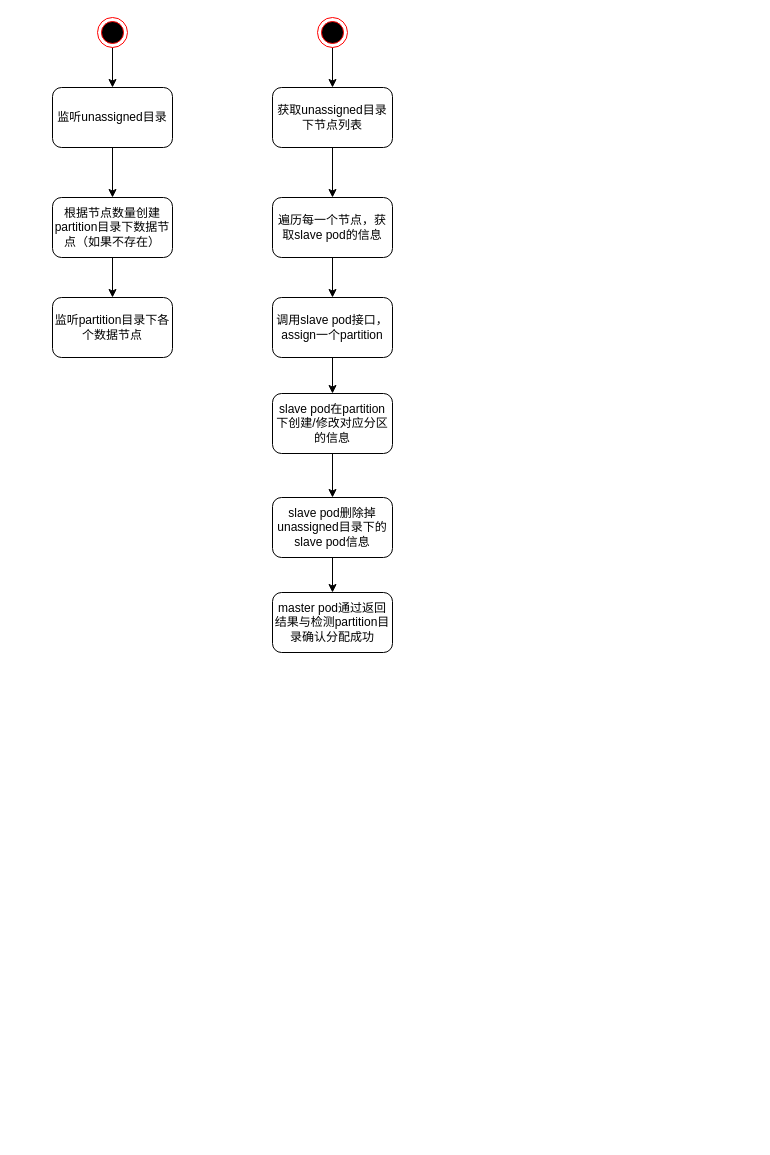
Before: Distributed Calculation Design.drawio in dosjia/chart, a draw.io diagram. Source tidied: cells renumbered, new cells numbered last; positions are measured from the earlier drawing's top-left corner, leaving out a move shared by most shapes. Both pictures are drawn from the tidied source at 100%, with x=0, y=0 at pixel (52, 17).
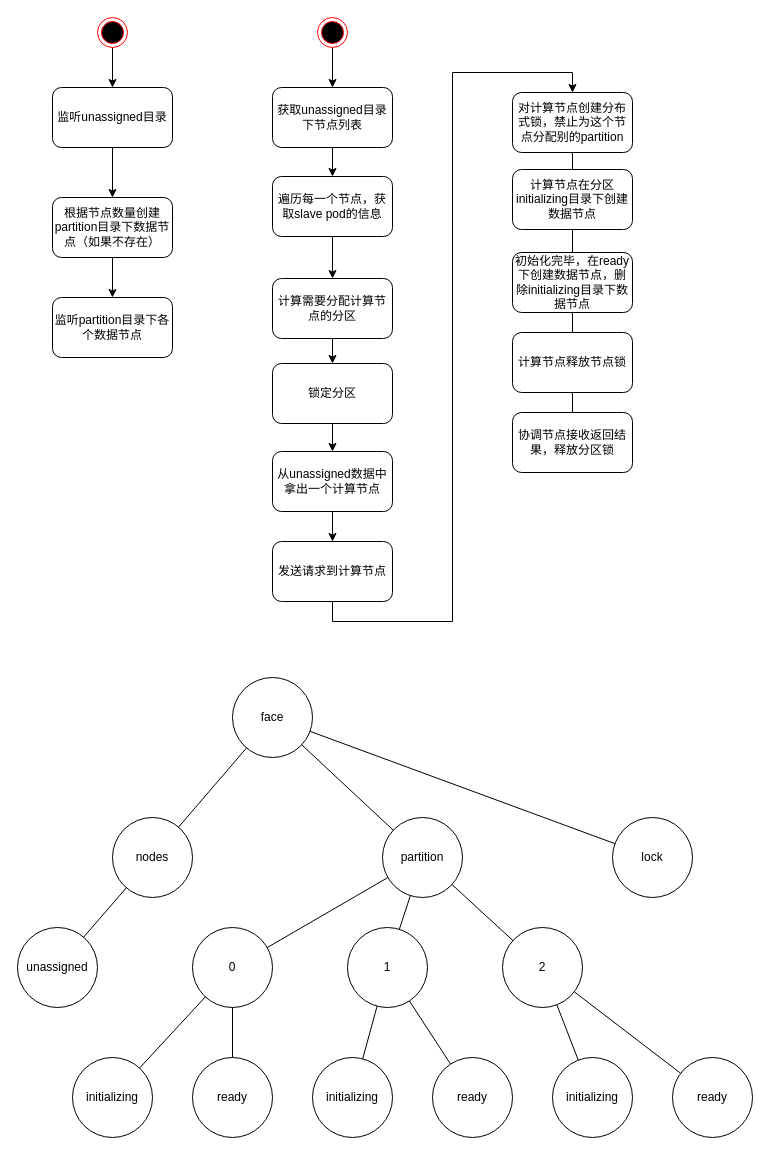
The same diagram, later.

The edit, as a diff of the source:
```diff
@@
-    <mxCell id="8" style="edgeStyle=orthogonalEdgeStyle;rounded=0;jettySize=auto;html=1;exitX=0.5;exitY=1;exitDx=0;exitDy=0;" parent="1" edge="1" source="9" target="13">
-      <mxGeometry relative="1" as="geometry" />
-    </mxCell>
     <mxCell id="9" value="遍历每一个节点，获取slave pod的信息" style="rounded=1;whiteSpace=wrap;html=1;" parent="1" vertex="1">
-      <mxGeometry x="220" y="180" width="120" height="60" as="geometry" />
+      <mxGeometry x="220" y="159" width="120" height="60" as="geometry" />
     </mxCell>
@@
-    <mxCell id="12" style="edgeStyle=orthogonalEdgeStyle;rounded=0;jettySize=auto;html=1;entryX=0.5;entryY=0;entryDx=0;entryDy=0;" parent="1" edge="1" source="13" target="16">
-      <mxGeometry relative="1" as="geometry" />
-    </mxCell>
-    <mxCell id="13" value="调用slave pod接口，assign一个partition" style="rounded=1;whiteSpace=wrap;html=1;" parent="1" vertex="1">
-      <mxGeometry x="220" y="280" width="120" height="60" as="geometry" />
-    </mxCell>
-    <mxCell id="14" style="edgeStyle=orthogonalEdgeStyle;rounded=0;orthogonalLoop=1;jettySize=auto;html=1;exitX=0.5;exitY=1;exitDx=0;exitDy=0;" parent="1" edge="1" source="16" target="16">
-      <mxGeometry relative="1" as="geometry" />
-    </mxCell>
-    <mxCell id="15" style="edgeStyle=orthogonalEdgeStyle;rounded=0;jettySize=auto;html=1;exitX=0.5;exitY=1;exitDx=0;exitDy=0;entryX=0.5;entryY=0;entryDx=0;entryDy=0;" parent="1" edge="1" source="16" target="19">
-      <mxGeometry relative="1" as="geometry" />
-    </mxCell>
-    <mxCell id="16" value="slave pod在partition下创建/修改对应分区的信息" style="whiteSpace=wrap;html=1;rounded=1;" parent="1" vertex="1">
-      <mxGeometry x="220" y="376" width="120" height="60" as="geometry" />
-    </mxCell>
-    <mxCell id="17" value="master pod通过返回结果与检测partition目录确认分配成功" style="whiteSpace=wrap;html=1;rounded=1;" parent="1" vertex="1">
-      <mxGeometry x="220" y="575" width="120" height="60" as="geometry" />
-    </mxCell>
-    <mxCell id="18" style="edgeStyle=orthogonalEdgeStyle;rounded=0;jettySize=auto;html=1;exitX=0.5;exitY=1;exitDx=0;exitDy=0;entryX=0.5;entryY=0;entryDx=0;entryDy=0;" parent="1" edge="1" source="19" target="17">
-      <mxGeometry relative="1" as="geometry" />
-    </mxCell>
-    <mxCell id="19" value="slave pod删除掉unassigned目录下的slave pod信息" style="whiteSpace=wrap;html=1;rounded=1;" parent="1" vertex="1">
-      <mxGeometry x="220" y="480" width="120" height="60" as="geometry" />
-    </mxCell>
@@
+    <mxCell id="23" style="rounded=0;jettySize=auto;html=1;endArrow=none;endFill=0;" parent="1" edge="1" source="24" target="25">
+      <mxGeometry relative="1" as="geometry" />
+    </mxCell>
+    <mxCell id="24" value="face" style="ellipse;whiteSpace=wrap;html=1;" parent="1" vertex="1">
+      <mxGeometry x="180" y="660" width="80" height="80" as="geometry" />
+    </mxCell>
+    <mxCell id="25" value="nodes" style="ellipse;whiteSpace=wrap;html=1;" parent="1" vertex="1">
+      <mxGeometry x="60" y="800" width="80" height="80" as="geometry" />
+    </mxCell>
+    <mxCell id="26" value="partition" style="ellipse;whiteSpace=wrap;html=1;" parent="1" vertex="1">
+      <mxGeometry x="330" y="800" width="80" height="80" as="geometry" />
+    </mxCell>
+    <mxCell id="27" value="unassigned" style="ellipse;whiteSpace=wrap;html=1;" parent="1" vertex="1">
+      <mxGeometry x="-35" y="910" width="80" height="80" as="geometry" />
+    </mxCell>
+    <mxCell id="28" style="rounded=0;jettySize=auto;html=1;endArrow=none;endFill=0;" parent="1" edge="1" source="24" target="26">
+      <mxGeometry relative="1" as="geometry" />
+    </mxCell>
+    <mxCell id="29" style="rounded=0;jettySize=auto;html=1;endArrow=none;endFill=0;" parent="1" edge="1" source="27" target="25">
+      <mxGeometry relative="1" as="geometry" />
+    </mxCell>
+    <mxCell id="30" value="0" style="ellipse;whiteSpace=wrap;html=1;" parent="1" vertex="1">
+      <mxGeometry x="140" y="910" width="80" height="80" as="geometry" />
+    </mxCell>
+    <mxCell id="31" style="rounded=0;jettySize=auto;html=1;endArrow=none;endFill=0;" parent="1" edge="1" source="30" target="26">
+      <mxGeometry relative="1" as="geometry" />
+    </mxCell>
+    <mxCell id="32" value="1" style="ellipse;whiteSpace=wrap;html=1;" parent="1" vertex="1">
+      <mxGeometry x="295" y="910" width="80" height="80" as="geometry" />
+    </mxCell>
+    <mxCell id="33" style="rounded=0;jettySize=auto;html=1;endArrow=none;endFill=0;" parent="1" edge="1" source="32" target="26">
+      <mxGeometry relative="1" as="geometry" />
+    </mxCell>
+    <mxCell id="34" value="2" style="ellipse;whiteSpace=wrap;html=1;" parent="1" vertex="1">
+      <mxGeometry x="450" y="910" width="80" height="80" as="geometry" />
+    </mxCell>
+    <mxCell id="35" style="rounded=0;jettySize=auto;html=1;endArrow=none;endFill=0;" parent="1" edge="1" source="34" target="26">
+      <mxGeometry relative="1" as="geometry" />
+    </mxCell>
+    <mxCell id="36" value="initializing" style="ellipse;whiteSpace=wrap;html=1;" parent="1" vertex="1">
+      <mxGeometry x="20" y="1040" width="80" height="80" as="geometry" />
+    </mxCell>
+    <mxCell id="37" style="rounded=0;jettySize=auto;html=1;endArrow=none;endFill=0;" parent="1" edge="1" source="36" target="30">
+      <mxGeometry relative="1" as="geometry" />
+    </mxCell>
+    <mxCell id="38" value="ready" style="ellipse;whiteSpace=wrap;html=1;" parent="1" vertex="1">
+      <mxGeometry x="140" y="1040" width="80" height="80" as="geometry" />
+    </mxCell>
+    <mxCell id="39" style="rounded=0;jettySize=auto;html=1;endArrow=none;endFill=0;" parent="1" edge="1" source="38" target="30">
+      <mxGeometry relative="1" as="geometry" />
+    </mxCell>
+    <mxCell id="40" value="initializing" style="ellipse;whiteSpace=wrap;html=1;" parent="1" vertex="1">
+      <mxGeometry x="260" y="1040" width="80" height="80" as="geometry" />
+    </mxCell>
+    <mxCell id="41" value="ready" style="ellipse;whiteSpace=wrap;html=1;" parent="1" vertex="1">
+      <mxGeometry x="380" y="1040" width="80" height="80" as="geometry" />
+    </mxCell>
+    <mxCell id="42" style="rounded=0;jettySize=auto;html=1;endArrow=none;endFill=0;" parent="1" edge="1" source="40" target="32">
+      <mxGeometry relative="1" as="geometry" />
+    </mxCell>
+    <mxCell id="43" style="rounded=0;jettySize=auto;html=1;endArrow=none;endFill=0;" parent="1" edge="1" source="41" target="32">
+      <mxGeometry relative="1" as="geometry" />
+    </mxCell>
+    <mxCell id="44" value="initializing" style="ellipse;whiteSpace=wrap;html=1;" parent="1" vertex="1">
+      <mxGeometry x="500" y="1040" width="80" height="80" as="geometry" />
+    </mxCell>
+    <mxCell id="45" value="ready" style="ellipse;whiteSpace=wrap;html=1;" parent="1" vertex="1">
+      <mxGeometry x="620" y="1040" width="80" height="80" as="geometry" />
+    </mxCell>
+    <mxCell id="46" style="rounded=0;jettySize=auto;html=1;endArrow=none;endFill=0;" parent="1" edge="1" source="44" target="34">
+      <mxGeometry relative="1" as="geometry" />
+    </mxCell>
+    <mxCell id="47" style="rounded=0;jettySize=auto;html=1;endArrow=none;endFill=0;" parent="1" edge="1" source="45" target="34">
+      <mxGeometry relative="1" as="geometry" />
+    </mxCell>
+    <mxCell id="48" value="lock" style="ellipse;whiteSpace=wrap;html=1;" parent="1" vertex="1">
+      <mxGeometry x="560" y="800" width="80" height="80" as="geometry" />
+    </mxCell>
+    <mxCell id="49" style="rounded=0;jettySize=auto;html=1;endArrow=none;endFill=0;" parent="1" edge="1" source="24" target="48">
+      <mxGeometry relative="1" as="geometry" />
+    </mxCell>
+    <mxCell id="50" style="rounded=0;jettySize=auto;html=1;endArrow=classic;endFill=1;exitX=0.5;exitY=1;exitDx=0;exitDy=0;entryX=0.5;entryY=0;entryDx=0;entryDy=0;edgeStyle=orthogonalEdgeStyle;" parent="1" edge="1" source="51" target="53">
+      <mxGeometry relative="1" as="geometry" />
+    </mxCell>
+    <mxCell id="51" value="计算需要分配计算节点的分区" style="rounded=1;whiteSpace=wrap;html=1;" parent="1" vertex="1">
+      <mxGeometry x="220" y="261" width="120" height="60" as="geometry" />
+    </mxCell>
+    <mxCell id="52" style="edgeStyle=orthogonalEdgeStyle;rounded=0;jettySize=auto;html=1;endArrow=classic;endFill=1;exitX=0.5;exitY=1;exitDx=0;exitDy=0;entryX=0.5;entryY=0;entryDx=0;entryDy=0;" parent="1" edge="1" source="53" target="55">
+      <mxGeometry relative="1" as="geometry" />
+    </mxCell>
+    <mxCell id="53" value="锁定分区" style="whiteSpace=wrap;html=1;rounded=1;" parent="1" vertex="1">
+      <mxGeometry x="220" y="346" width="120" height="60" as="geometry" />
+    </mxCell>
+    <mxCell id="54" style="edgeStyle=orthogonalEdgeStyle;rounded=0;jettySize=auto;html=1;endArrow=classic;endFill=1;exitX=0.5;exitY=1;exitDx=0;exitDy=0;entryX=0.5;entryY=0;entryDx=0;entryDy=0;" parent="1" edge="1" source="55" target="57">
+      <mxGeometry relative="1" as="geometry" />
+    </mxCell>
+    <mxCell id="55" value="从unassigned数据中拿出一个计算节点" style="whiteSpace=wrap;html=1;rounded=1;" parent="1" vertex="1">
+      <mxGeometry x="220" y="434" width="120" height="60" as="geometry" />
+    </mxCell>
+    <mxCell id="56" style="edgeStyle=orthogonalEdgeStyle;rounded=0;jettySize=auto;html=1;endArrow=classic;endFill=1;entryX=0.5;entryY=0;entryDx=0;entryDy=0;exitX=0.5;exitY=1;exitDx=0;exitDy=0;" parent="1" edge="1" source="57" target="65">
+      <mxGeometry relative="1" as="geometry" />
+    </mxCell>
+    <mxCell id="57" value="发送请求到计算节点" style="whiteSpace=wrap;html=1;rounded=1;" parent="1" vertex="1">
+      <mxGeometry x="220" y="524" width="120" height="60" as="geometry" />
+    </mxCell>
+    <mxCell id="58" style="edgeStyle=none;rounded=0;jettySize=auto;html=1;endArrow=none;endFill=0;entryX=0.5;entryY=0;entryDx=0;entryDy=0;" parent="1" edge="1" source="59" target="62">
+      <mxGeometry relative="1" as="geometry" />
+    </mxCell>
+    <mxCell id="59" value="计算节点在分区initializing目录下创建数据节点" style="whiteSpace=wrap;html=1;rounded=1;" parent="1" vertex="1">
+      <mxGeometry x="460" y="152" width="120" height="60" as="geometry" />
+    </mxCell>
+    <mxCell id="60" value="&lt;div&gt;协调节点接收返回结果，释放分区锁&lt;/div&gt;" style="whiteSpace=wrap;html=1;rounded=1;" parent="1" vertex="1">
+      <mxGeometry x="460" y="395" width="120" height="60" as="geometry" />
+    </mxCell>
+    <mxCell id="61" style="edgeStyle=none;rounded=0;jettySize=auto;html=1;endArrow=none;endFill=0;" parent="1" edge="1" source="62" target="67">
+      <mxGeometry relative="1" as="geometry" />
+    </mxCell>
+    <mxCell id="62" value="初始化完毕，在ready下创建数据节点，删除initializing目录下数据节点" style="whiteSpace=wrap;html=1;rounded=1;" parent="1" vertex="1">
+      <mxGeometry x="460" y="235" width="120" height="60" as="geometry" />
+    </mxCell>
+    <mxCell id="63" style="edgeStyle=orthogonalEdgeStyle;rounded=0;jettySize=auto;html=1;exitX=0.5;exitY=1;exitDx=0;exitDy=0;entryX=0.5;entryY=0;entryDx=0;entryDy=0;" parent="1" edge="1" source="9" target="51">
+      <mxGeometry relative="1" as="geometry" />
+    </mxCell>
+    <mxCell id="64" style="edgeStyle=none;rounded=0;jettySize=auto;html=1;exitX=0.5;exitY=1;exitDx=0;exitDy=0;entryX=0.5;entryY=0;entryDx=0;entryDy=0;endArrow=none;endFill=0;" parent="1" edge="1" source="65" target="59">
+      <mxGeometry relative="1" as="geometry" />
+    </mxCell>
+    <mxCell id="65" value="对计算节点创建分布式锁，禁止为这个节点分配别的partition" style="whiteSpace=wrap;html=1;rounded=1;" parent="1" vertex="1">
+      <mxGeometry x="460" y="75" width="120" height="60" as="geometry" />
+    </mxCell>
+    <mxCell id="66" style="edgeStyle=none;rounded=0;jettySize=auto;html=1;exitX=0.5;exitY=1;exitDx=0;exitDy=0;entryX=0.5;entryY=0;entryDx=0;entryDy=0;endArrow=none;endFill=0;" parent="1" edge="1" source="67" target="60">
+      <mxGeometry relative="1" as="geometry" />
+    </mxCell>
+    <mxCell id="67" value="计算节点释放节点锁" style="whiteSpace=wrap;html=1;rounded=1;" parent="1" vertex="1">
+      <mxGeometry x="460" y="315" width="120" height="60" as="geometry" />
+    </mxCell>
```
